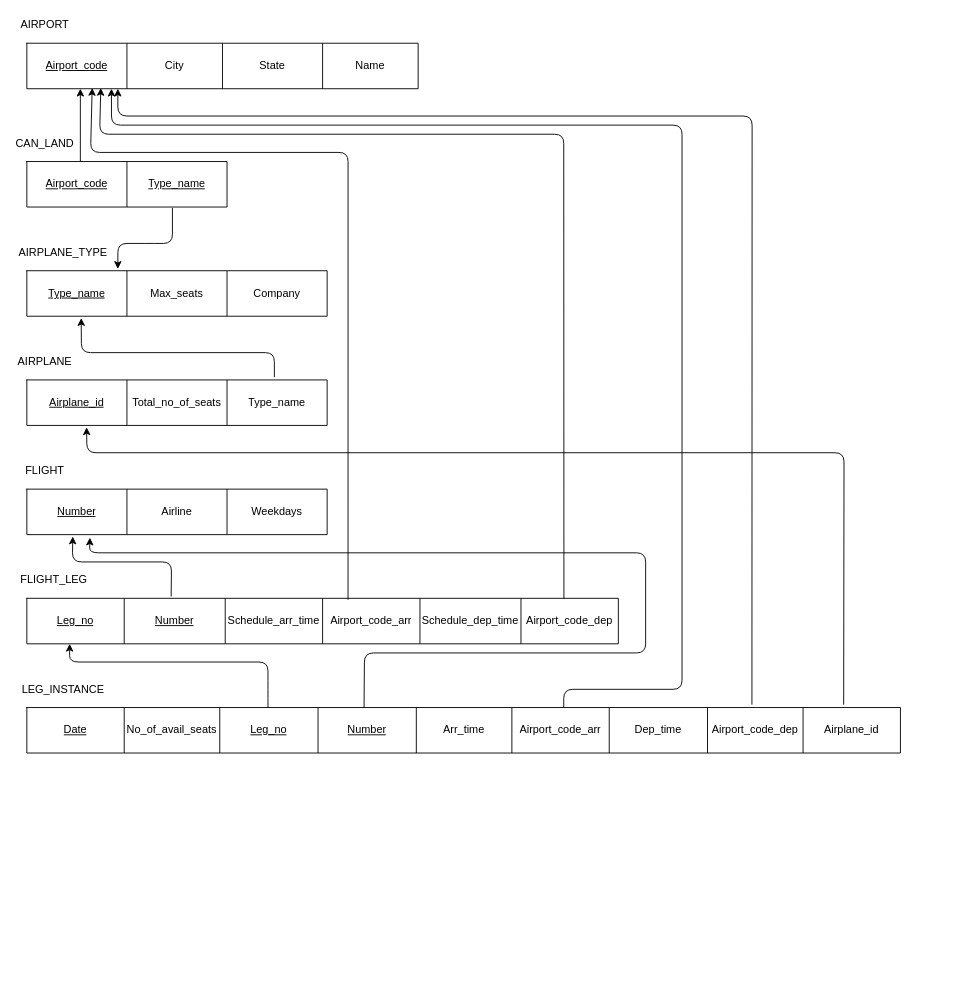
Above: G03/ex2.drawio in ahridesu/guioes-BD (draw.io), before the change. Source tidied: cells renumbered, new cells numbered last; positions are measured from the earlier drawing's top-left corner, leaving out a move shared by most shapes. Both pictures are drawn from the tidied source at 91%, with x=0, y=0 at pixel (26, 15).
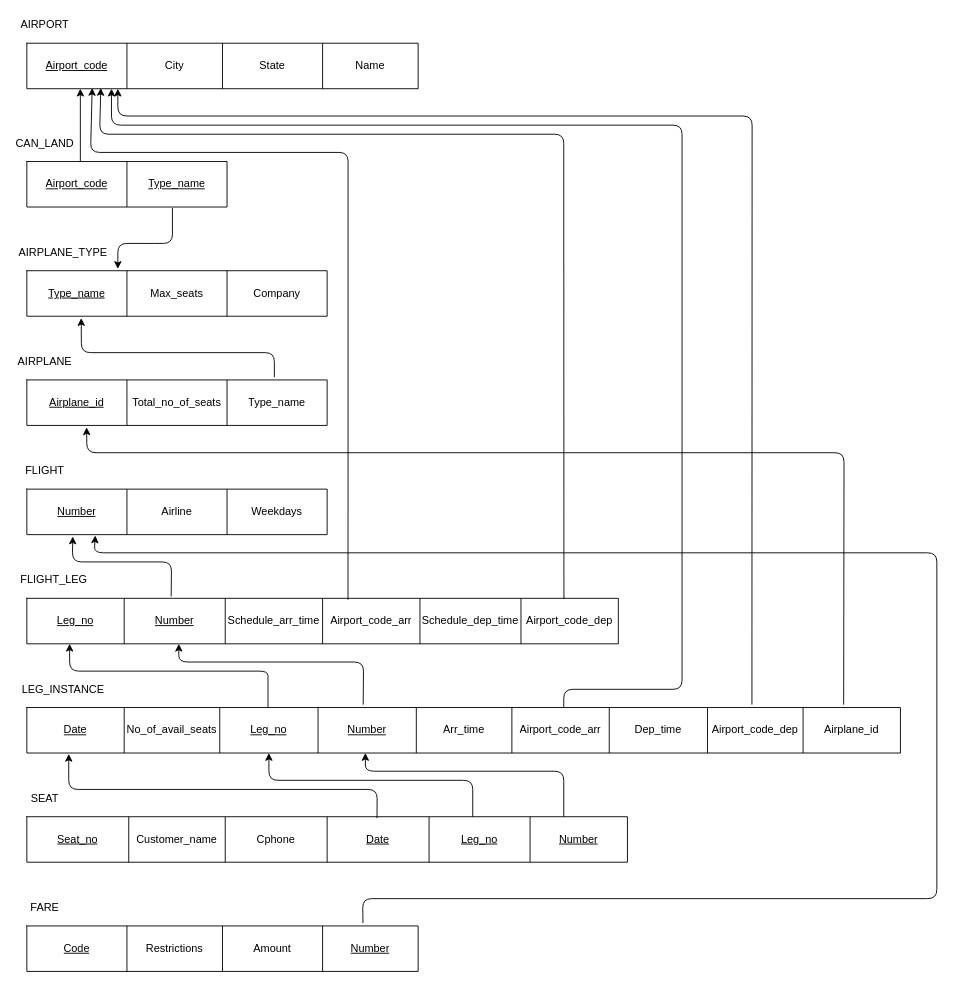
Above is the later version.

Unchanged cells that the change refers to:
```xml
<mxCell id="39" style="shape=partialRectangle;html=1;whiteSpace=wrap;fillColor=none;top=0;left=0;bottom=0;right=0;points=[[0,0.5],[1,0.5]];portConstraint=eastwest;" parent="38" vertex="1">
  <mxGeometry width="330" height="50" as="geometry" />
</mxCell>
<mxCell id="48" style="shape=partialRectangle;html=1;whiteSpace=wrap;fillColor=none;top=0;left=0;bottom=0;right=0;points=[[0,0.5],[1,0.5]];portConstraint=eastwest;" parent="47" vertex="1">
  <mxGeometry width="960" height="50" as="geometry" />
</mxCell>
```

Change to the diagram source:
```diff
@@
     <mxCell id="59" style="endArrow=classic;html=1;" parent="1" edge="1">
       <mxGeometry relative="1" as="geometry">
         <mxPoint x="265" y="760" as="sourcePoint" />
         <mxPoint x="47" y="690" as="targetPoint" />
         <Array as="points">
           <mxPoint x="265" y="740" />
-          <mxPoint x="265" y="710" />
-          <mxPoint x="47" y="710" />
+          <mxPoint x="265" y="720" />
+          <mxPoint x="47" y="720" />
         </Array>
       </mxGeometry>
     </mxCell>
-    <mxCell id="60" style="endArrow=classic;html=1;exitX=0.386;exitY=0.007;exitDx=0;exitDy=0;exitPerimeter=0;entryX=0.21;entryY=1.066;entryDx=0;entryDy=0;entryPerimeter=0;" parent="1" edge="1" source="48" target="39">
-      <mxGeometry relative="1" as="geometry">
-        <Array as="points">
-          <mxPoint x="371" y="700" />
-          <mxPoint x="680" y="700" />
-          <mxPoint x="680" y="590" />
-          <mxPoint x="69" y="590" />
-        </Array>
-      </mxGeometry>
-    </mxCell>
@@
+    <mxCell id="64" style="shape=table;html=1;whiteSpace=wrap;startSize=0;childLayout=tableLayout;" parent="1" vertex="1">
+      <mxGeometry y="880" width="660" height="50" as="geometry" />
+    </mxCell>
+    <mxCell id="65" style="shape=partialRectangle;html=1;whiteSpace=wrap;fillColor=none;top=0;left=0;bottom=0;right=0;points=[[0,0.5],[1,0.5]];portConstraint=eastwest;" parent="64" vertex="1">
+      <mxGeometry width="660" height="50" as="geometry" />
+    </mxCell>
+    <mxCell id="66" value="&lt;u&gt;Seat_no&lt;/u&gt;" style="shape=partialRectangle;html=1;whiteSpace=wrap;overflow=hidden;fillColor=none;top=0;left=0;bottom=0;right=0;" parent="65" vertex="1">
+      <mxGeometry width="112" height="50" as="geometry" />
+    </mxCell>
+    <mxCell id="67" value="Customer_name" style="shape=partialRectangle;html=1;whiteSpace=wrap;overflow=hidden;fillColor=none;top=0;left=0;bottom=0;right=0;" parent="65" vertex="1">
+      <mxGeometry x="112" width="106" height="50" as="geometry" />
+    </mxCell>
+    <mxCell id="68" value="Cphone" style="shape=partialRectangle;html=1;whiteSpace=wrap;overflow=hidden;fillColor=none;top=0;left=0;bottom=0;right=0;" parent="65" vertex="1">
+      <mxGeometry x="218" width="112" height="50" as="geometry" />
+    </mxCell>
+    <mxCell id="69" value="&lt;u&gt;Date&lt;/u&gt;" style="shape=partialRectangle;html=1;whiteSpace=wrap;overflow=hidden;fillColor=none;top=0;left=0;bottom=0;right=0;" parent="65" vertex="1">
+      <mxGeometry x="330" width="112" height="50" as="geometry" />
+    </mxCell>
+    <mxCell id="70" value="&lt;u&gt;Leg_no&lt;/u&gt;" style="shape=partialRectangle;html=1;whiteSpace=wrap;overflow=hidden;fillColor=none;top=0;left=0;bottom=0;right=0;" parent="65" vertex="1">
+      <mxGeometry x="442" width="111" height="50" as="geometry" />
+    </mxCell>
+    <mxCell id="71" value="&lt;u&gt;Number&lt;/u&gt;" style="shape=partialRectangle;html=1;whiteSpace=wrap;overflow=hidden;fillColor=none;top=0;left=0;bottom=0;right=0;" parent="65" vertex="1">
+      <mxGeometry x="553" width="107" height="50" as="geometry" />
+    </mxCell>
+    <mxCell id="72" value="SEAT" style="text;html=1;strokeColor=none;fillColor=none;align=center;verticalAlign=middle;whiteSpace=wrap;rounded=0;" parent="1" vertex="1">
+      <mxGeometry y="850" width="40" height="20" as="geometry" />
+    </mxCell>
+    <mxCell id="73" style="shape=table;html=1;whiteSpace=wrap;startSize=0;childLayout=tableLayout;" parent="1" vertex="1">
+      <mxGeometry y="1000" width="430" height="50" as="geometry" />
+    </mxCell>
+    <mxCell id="74" style="shape=partialRectangle;html=1;whiteSpace=wrap;fillColor=none;top=0;left=0;bottom=0;right=0;points=[[0,0.5],[1,0.5]];portConstraint=eastwest;" parent="73" vertex="1">
+      <mxGeometry width="430" height="50" as="geometry" />
+    </mxCell>
+    <mxCell id="75" value="&lt;u&gt;Code&lt;/u&gt;" style="shape=partialRectangle;html=1;whiteSpace=wrap;overflow=hidden;fillColor=none;top=0;left=0;bottom=0;right=0;" parent="74" vertex="1">
+      <mxGeometry width="110" height="50" as="geometry" />
+    </mxCell>
+    <mxCell id="76" value="Restrictions" style="shape=partialRectangle;html=1;whiteSpace=wrap;overflow=hidden;fillColor=none;top=0;left=0;bottom=0;right=0;" parent="74" vertex="1">
+      <mxGeometry x="110" width="105" height="50" as="geometry" />
+    </mxCell>
+    <mxCell id="77" value="Amount" style="shape=partialRectangle;html=1;whiteSpace=wrap;overflow=hidden;fillColor=none;top=0;left=0;bottom=0;right=0;" parent="74" vertex="1">
+      <mxGeometry x="215" width="110" height="50" as="geometry" />
+    </mxCell>
+    <mxCell id="78" value="&lt;u&gt;Number&lt;/u&gt;" style="shape=partialRectangle;html=1;whiteSpace=wrap;overflow=hidden;fillColor=none;top=0;left=0;bottom=0;right=0;" parent="74" vertex="1">
+      <mxGeometry x="325" width="105" height="50" as="geometry" />
+    </mxCell>
+    <mxCell id="79" value="FARE" style="text;html=1;strokeColor=none;fillColor=none;align=center;verticalAlign=middle;whiteSpace=wrap;rounded=0;" parent="1" vertex="1">
+      <mxGeometry y="970" width="40" height="20" as="geometry" />
+    </mxCell>
+    <mxCell id="80" style="endArrow=classic;html=1;exitX=0.583;exitY=0.031;exitDx=0;exitDy=0;exitPerimeter=0;entryX=0.048;entryY=1.019;entryDx=0;entryDy=0;entryPerimeter=0;" parent="1" edge="1" source="65" target="48">
+      <mxGeometry relative="1" as="geometry">
+        <Array as="points">
+          <mxPoint x="385" y="850" />
+          <mxPoint x="46" y="850" />
+        </Array>
+      </mxGeometry>
+    </mxCell>
+    <mxCell id="81" style="endArrow=classic;html=1;exitX=0.385;exitY=-0.064;exitDx=0;exitDy=0;exitPerimeter=0;" parent="1" edge="1" source="48">
+      <mxGeometry relative="1" as="geometry">
+        <mxPoint x="167" y="690" as="targetPoint" />
+        <Array as="points">
+          <mxPoint x="370" y="710" />
+          <mxPoint x="167" y="710" />
+        </Array>
+      </mxGeometry>
+    </mxCell>
+    <mxCell id="82" style="endArrow=classic;html=1;" parent="1" edge="1">
+      <mxGeometry relative="1" as="geometry">
+        <mxPoint x="490" y="880" as="sourcePoint" />
+        <mxPoint x="266" y="810" as="targetPoint" />
+        <Array as="points">
+          <mxPoint x="490" y="840" />
+          <mxPoint x="266" y="840" />
+        </Array>
+      </mxGeometry>
+    </mxCell>
+    <mxCell id="83" style="endArrow=classic;html=1;exitX=0.894;exitY=0;exitDx=0;exitDy=0;exitPerimeter=0;" parent="1" edge="1" source="65">
+      <mxGeometry relative="1" as="geometry">
+        <mxPoint x="372" y="810" as="targetPoint" />
+        <Array as="points">
+          <mxPoint x="590" y="830" />
+          <mxPoint x="372" y="830" />
+        </Array>
+      </mxGeometry>
+    </mxCell>
+    <mxCell id="84" style="endArrow=classic;html=1;exitX=0.859;exitY=-0.064;exitDx=0;exitDy=0;exitPerimeter=0;entryX=0.228;entryY=1.019;entryDx=0;entryDy=0;entryPerimeter=0;" parent="1" edge="1" source="74" target="39">
+      <mxGeometry relative="1" as="geometry">
+        <Array as="points">
+          <mxPoint x="369" y="970" />
+          <mxPoint x="1000" y="970" />
+          <mxPoint x="1000" y="590" />
+          <mxPoint x="74" y="590" />
+        </Array>
+      </mxGeometry>
+    </mxCell>
```
